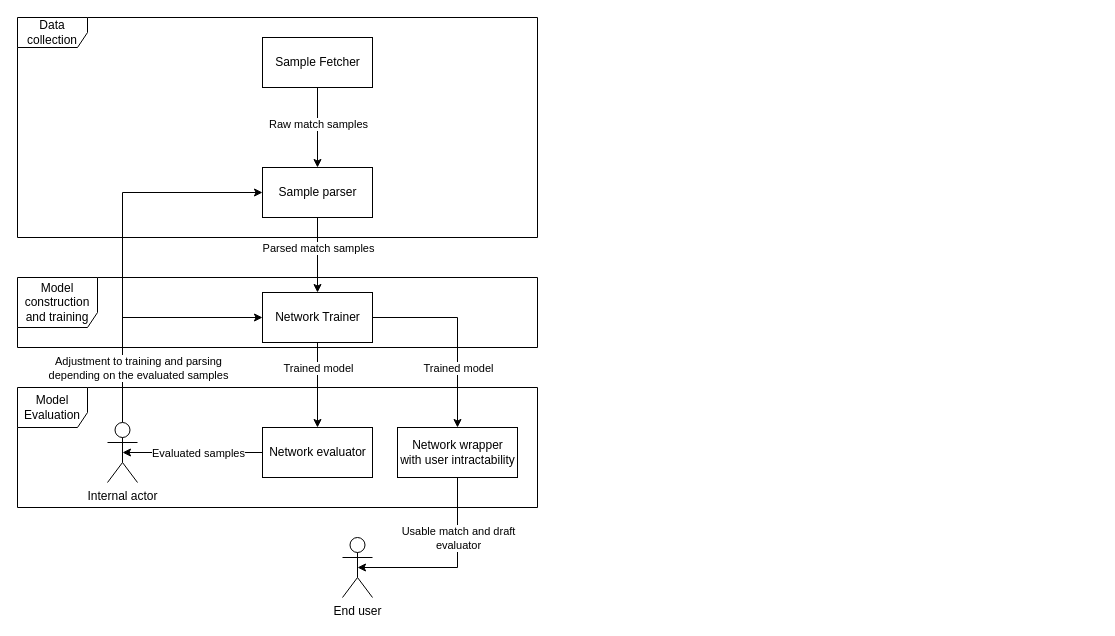
This is writeup_main_project/drawIO/design_uml.drawio from MidriffPie44/id1214-Labs, a draw.io file, before an edit. Source tidied: cells renumbered, new cells numbered last; positions are measured from the earlier drawing's top-left corner, leaving out a move shared by most shapes. Both pictures are drawn from the tidied source at 100%, with x=0, y=0 at pixel (17, 17).
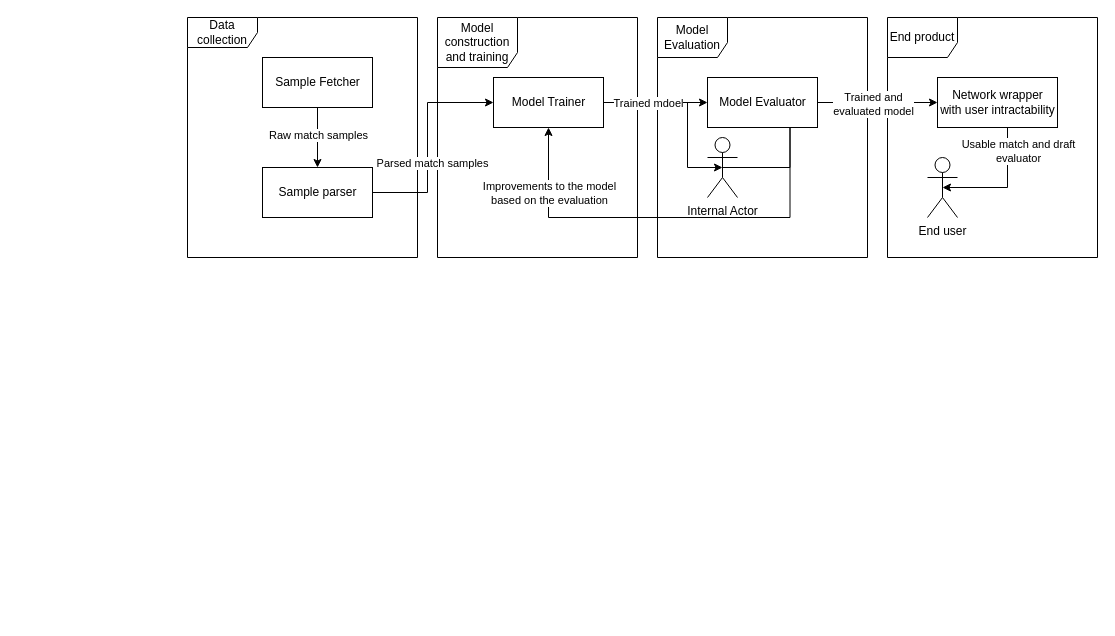
Above is the later version.

The change refers to these unchanged cells:
```xml
<mxCell id="14" value="Sample parser" style="html=1;" parent="1" vertex="1">
  <mxGeometry x="245" y="150" width="110" height="50" as="geometry" />
</mxCell>
```

The edit, as a diff of the source:
```diff
@@
+    <mxCell id="27" value="End product" style="shape=umlFrame;whiteSpace=wrap;html=1;width=70;height=40;" parent="1" vertex="1">
+      <mxGeometry x="870" width="210" height="240" as="geometry" />
+    </mxCell>
+    <mxCell id="28" style="edgeStyle=orthogonalEdgeStyle;rounded=0;jettySize=auto;html=1;exitX=1;exitY=0.5;exitDx=0;exitDy=0;entryX=0.5;entryY=0.5;entryDx=0;entryDy=0;entryPerimeter=0;" parent="1" edge="1" source="8" target="32">
+      <mxGeometry relative="1" as="geometry">
+        <Array as="points">
+          <mxPoint x="670" y="85" />
+          <mxPoint x="670" y="150" />
+        </Array>
+      </mxGeometry>
+    </mxCell>
+    <mxCell id="3" value="Model Evaluation" style="shape=umlFrame;whiteSpace=wrap;html=1;width=70;height=40;" parent="1" vertex="1">
+      <mxGeometry x="640" width="210" height="240" as="geometry" />
+    </mxCell>
+    <mxCell id="26" value="Data collection" style="shape=umlFrame;whiteSpace=wrap;html=1;width=70;height=30;" parent="1" vertex="1">
+      <mxGeometry x="170" width="230" height="240" as="geometry" />
+    </mxCell>
     <mxCell id="2" value="Model construction and training" style="shape=umlFrame;whiteSpace=wrap;html=1;width=80;height=50;" parent="1" vertex="1">
-      <mxGeometry y="260" width="520" height="70" as="geometry" />
+      <mxGeometry x="420" width="200" height="240" as="geometry" />
     </mxCell>
-    <mxCell id="3" value="Model Evaluation" style="shape=umlFrame;whiteSpace=wrap;html=1;width=70;height=40;" parent="1" vertex="1">
-      <mxGeometry y="370" width="520" height="120" as="geometry" />
-    </mxCell>
-    <mxCell id="4" style="edgeStyle=orthogonalEdgeStyle;rounded=0;jettySize=auto;html=1;exitX=0.5;exitY=1;exitDx=0;exitDy=0;entryX=0.5;entryY=0;entryDx=0;entryDy=0;" parent="1" edge="1" source="8" target="17">
-      <mxGeometry relative="1" as="geometry" />
-    </mxCell>
-    <mxCell id="5" value="Trained model" style="edgeLabel;html=1;align=center;verticalAlign=middle;" parent="4" vertex="1">
-      <mxGeometry relative="1" as="geometry">
-        <mxPoint y="-17.5" as="offset" />
-      </mxGeometry>
-    </mxCell>
-    <mxCell id="6" style="edgeStyle=orthogonalEdgeStyle;rounded=0;jettySize=auto;html=1;exitX=1;exitY=0.5;exitDx=0;exitDy=0;entryX=0.5;entryY=0;entryDx=0;entryDy=0;" parent="1" edge="1" source="8" target="25">
-      <mxGeometry relative="1" as="geometry" />
-    </mxCell>
-    <mxCell id="7" value="Trained model" style="edgeLabel;html=1;align=center;verticalAlign=middle;" parent="6" vertex="1">
-      <mxGeometry x="0.39" relative="1" as="geometry">
-        <mxPoint y="-0.8" as="offset" />
-      </mxGeometry>
-    </mxCell>
+    <mxCell id="29" style="edgeStyle=orthogonalEdgeStyle;rounded=0;jettySize=auto;html=1;exitX=1;exitY=0.5;exitDx=0;exitDy=0;entryX=0;entryY=0.5;entryDx=0;entryDy=0;" parent="1" edge="1" source="8" target="37">
+      <mxGeometry relative="1" as="geometry" />
+    </mxCell>
+    <mxCell id="30" value="Trained mdoel" style="edgeLabel;html=1;align=center;verticalAlign=middle;" parent="29" vertex="1">
+      <mxGeometry x="-0.21" relative="1" as="geometry">
+        <mxPoint x="3" as="offset" />
+      </mxGeometry>
+    </mxCell>
-    <mxCell id="8" value="Network Trainer" style="html=1;" parent="1" vertex="1">
-      <mxGeometry x="245" y="275" width="110" height="50" as="geometry" />
+    <mxCell id="8" value="Model Trainer" style="html=1;" parent="1" vertex="1">
+      <mxGeometry x="476" y="60" width="110" height="50" as="geometry" />
     </mxCell>
@@
     <mxCell id="11" value="Sample Fetcher" style="html=1;" parent="1" vertex="1">
-      <mxGeometry x="245" y="20" width="110" height="50" as="geometry" />
+      <mxGeometry x="245" y="40" width="110" height="50" as="geometry" />
     </mxCell>
-    <mxCell id="12" style="edgeStyle=orthogonalEdgeStyle;rounded=0;jettySize=auto;html=1;exitX=0.5;exitY=1;exitDx=0;exitDy=0;entryX=0.5;entryY=0;entryDx=0;entryDy=0;" parent="1" edge="1" source="14" target="8">
-      <mxGeometry relative="1" as="geometry" />
+    <mxCell id="12" style="edgeStyle=orthogonalEdgeStyle;rounded=0;jettySize=auto;html=1;entryX=0;entryY=0.5;entryDx=0;entryDy=0;exitX=1;exitY=0.5;exitDx=0;exitDy=0;" parent="1" edge="1" source="14" target="8">
+      <mxGeometry relative="1" as="geometry">
+        <Array as="points">
+          <mxPoint x="410" y="175" />
+          <mxPoint x="410" y="85" />
+        </Array>
+      </mxGeometry>
     </mxCell>
@@
-    <mxCell id="15" style="edgeStyle=orthogonalEdgeStyle;rounded=0;jettySize=auto;html=1;exitX=0;exitY=0.5;exitDx=0;exitDy=0;entryX=0.5;entryY=0.5;entryDx=0;entryDy=0;entryPerimeter=0;" parent="1" edge="1" source="17" target="21">
-      <mxGeometry relative="1" as="geometry" />
-    </mxCell>
-    <mxCell id="16" value="Evaluated samples" style="edgeLabel;html=1;align=center;verticalAlign=middle;" parent="15" vertex="1">
-      <mxGeometry x="0.03" y="-1" relative="1" as="geometry">
-        <mxPoint x="7.4" y="1" as="offset" />
-      </mxGeometry>
-    </mxCell>
-    <mxCell id="17" value="Network evaluator" style="html=1;" parent="1" vertex="1">
-      <mxGeometry x="245" y="410" width="110" height="50" as="geometry" />
-    </mxCell>
-    <mxCell id="18" style="edgeStyle=orthogonalEdgeStyle;rounded=0;jettySize=auto;html=1;exitX=0.5;exitY=0;exitDx=0;exitDy=0;exitPerimeter=0;entryX=0;entryY=0.5;entryDx=0;entryDy=0;" parent="1" edge="1" source="21" target="8">
-      <mxGeometry relative="1" as="geometry" />
-    </mxCell>
-    <mxCell id="19" style="edgeStyle=orthogonalEdgeStyle;rounded=0;jettySize=auto;html=1;exitX=0.5;exitY=0;exitDx=0;exitDy=0;exitPerimeter=0;entryX=0;entryY=0.5;entryDx=0;entryDy=0;" parent="1" edge="1" source="21" target="14">
-      <mxGeometry relative="1" as="geometry" />
-    </mxCell>
-    <mxCell id="20" value="Adjustment to training and parsing&lt;br&gt;depending on the evaluated samples" style="edgeLabel;html=1;align=center;verticalAlign=middle;" parent="19" vertex="1">
-      <mxGeometry x="-0.69" y="1" relative="1" as="geometry">
-        <mxPoint x="16" y="2.5" as="offset" />
-      </mxGeometry>
-    </mxCell>
-    <mxCell id="21" value="Internal actor" style="shape=umlActor;verticalLabelPosition=bottom;verticalAlign=top;html=1;" parent="1" vertex="1">
-      <mxGeometry x="90" y="405" width="30" height="60" as="geometry" />
-    </mxCell>
     <mxCell id="22" value="End user" style="shape=umlActor;verticalLabelPosition=bottom;verticalAlign=top;html=1;" parent="1" vertex="1">
-      <mxGeometry x="325" y="520" width="30" height="60" as="geometry" />
+      <mxGeometry x="910" y="140" width="30" height="60" as="geometry" />
     </mxCell>
     <mxCell id="23" style="edgeStyle=orthogonalEdgeStyle;rounded=0;jettySize=auto;html=1;exitX=0.5;exitY=1;exitDx=0;exitDy=0;entryX=0.5;entryY=0.5;entryDx=0;entryDy=0;entryPerimeter=0;" parent="1" edge="1" source="25" target="22">
       <mxGeometry relative="1" as="geometry">
         <Array as="points">
-          <mxPoint x="440" y="550" />
+          <mxPoint x="990" y="100" />
+          <mxPoint x="990" y="170" />
         </Array>
       </mxGeometry>
     </mxCell>
     <mxCell id="24" value="Usable match and draft&lt;br&gt;evaluator" style="edgeLabel;html=1;align=center;verticalAlign=middle;" parent="23" vertex="1">
       <mxGeometry x="0.02" y="-2" relative="1" as="geometry">
-        <mxPoint x="7.5" y="-28" as="offset" />
+        <mxPoint x="12" y="-26" as="offset" />
       </mxGeometry>
     </mxCell>
     <mxCell id="25" value="Network wrapper&lt;br&gt;with user intractability" style="html=1;" parent="1" vertex="1">
-      <mxGeometry x="380" y="410" width="120" height="50" as="geometry" />
+      <mxGeometry x="920" y="60" width="120" height="50" as="geometry" />
     </mxCell>
-    <mxCell id="26" value="Data collection" style="shape=umlFrame;whiteSpace=wrap;html=1;width=70;height=30;" parent="1" vertex="1">
-      <mxGeometry width="520" height="220" as="geometry" />
-    </mxCell>
+    <mxCell id="31" style="edgeStyle=orthogonalEdgeStyle;rounded=0;jettySize=auto;html=1;exitX=0.5;exitY=0.5;exitDx=0;exitDy=0;exitPerimeter=0;entryX=0.75;entryY=1;entryDx=0;entryDy=0;endArrow=none;endFill=0;" parent="1" edge="1" source="32" target="37">
+      <mxGeometry relative="1" as="geometry">
+        <Array as="points">
+          <mxPoint x="773" y="150" />
+        </Array>
+      </mxGeometry>
+    </mxCell>
+    <mxCell id="32" value="Internal Actor" style="shape=umlActor;verticalLabelPosition=bottom;verticalAlign=top;html=1;outlineConnect=0;" parent="1" vertex="1">
+      <mxGeometry x="690" y="120" width="30" height="60" as="geometry" />
+    </mxCell>
+    <mxCell id="33" style="edgeStyle=orthogonalEdgeStyle;rounded=0;jettySize=auto;html=1;exitX=0.75;exitY=1;exitDx=0;exitDy=0;entryX=0.5;entryY=1;entryDx=0;entryDy=0;" parent="1" edge="1" source="37" target="8">
+      <mxGeometry relative="1" as="geometry">
+        <Array as="points">
+          <mxPoint x="773" y="200" />
+          <mxPoint x="531" y="200" />
+        </Array>
+      </mxGeometry>
+    </mxCell>
+    <mxCell id="34" value="Improvements to the model&lt;br&gt;based on the evaluation" style="edgeLabel;html=1;align=center;verticalAlign=middle;" parent="33" vertex="1">
+      <mxGeometry x="0.78" y="2" relative="1" as="geometry">
+        <mxPoint x="2" y="18.5" as="offset" />
+      </mxGeometry>
+    </mxCell>
+    <mxCell id="35" style="edgeStyle=orthogonalEdgeStyle;rounded=0;jettySize=auto;html=1;exitX=1;exitY=0.5;exitDx=0;exitDy=0;entryX=0;entryY=0.5;entryDx=0;entryDy=0;" parent="1" edge="1" source="37" target="25">
+      <mxGeometry relative="1" as="geometry" />
+    </mxCell>
+    <mxCell id="36" value="Trained and &lt;br&gt;evaluated model" style="edgeLabel;html=1;align=center;verticalAlign=middle;" parent="35" vertex="1">
+      <mxGeometry x="-0.08" y="-1" relative="1" as="geometry" />
+    </mxCell>
+    <mxCell id="37" value="Model Evaluator" style="html=1;" parent="1" vertex="1">
+      <mxGeometry x="690" y="60" width="110" height="50" as="geometry" />
+    </mxCell>
```
